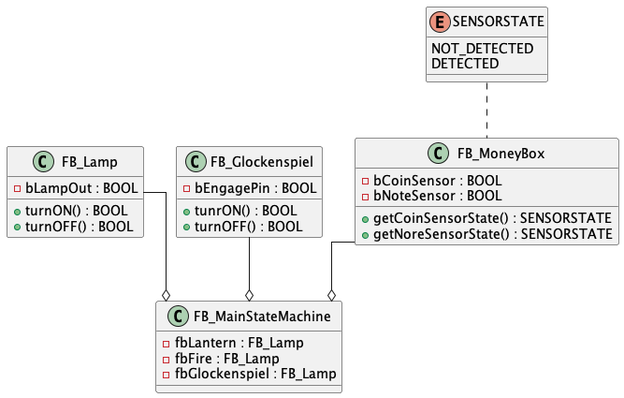
Above: out/diagrams/classDiag/classDiag.png in Benemenn/autocrib (PlantUML), before the change. Source of this version:
```plantuml
@startuml

skinparam linetype ortho

class FB_MainStateMachine{
    -fbLantern : FB_Lamp
    -fbFire : FB_Lamp
    -fbGlockenspiel : FB_Lamp


}

class FB_Lamp{
    -bLampOut : BOOL

    +turnON() : BOOL
    +turnOFF() : BOOL
}

class FB_Glockenspiel{
    -bEngagePin : BOOL

    +tunrON() : BOOL
    +turnOFF() : BOOL
}

class FB_MoneyBox{
    -bCoinSensor : BOOL
    -bNoteSensor : BOOL

    +getCoinSensorState() : SENSORSTATE
    +getNoreSensorState() : SENSORSTATE
}

enum SENSORSTATE{
    NOT_DETECTED
    DETECTED
}
SENSORSTATE .. FB_MoneyBox



FB_Lamp --o FB_MainStateMachine
FB_Glockenspiel --o FB_MainStateMachine
FB_MoneyBox --o FB_MainStateMachine

@enduml
```
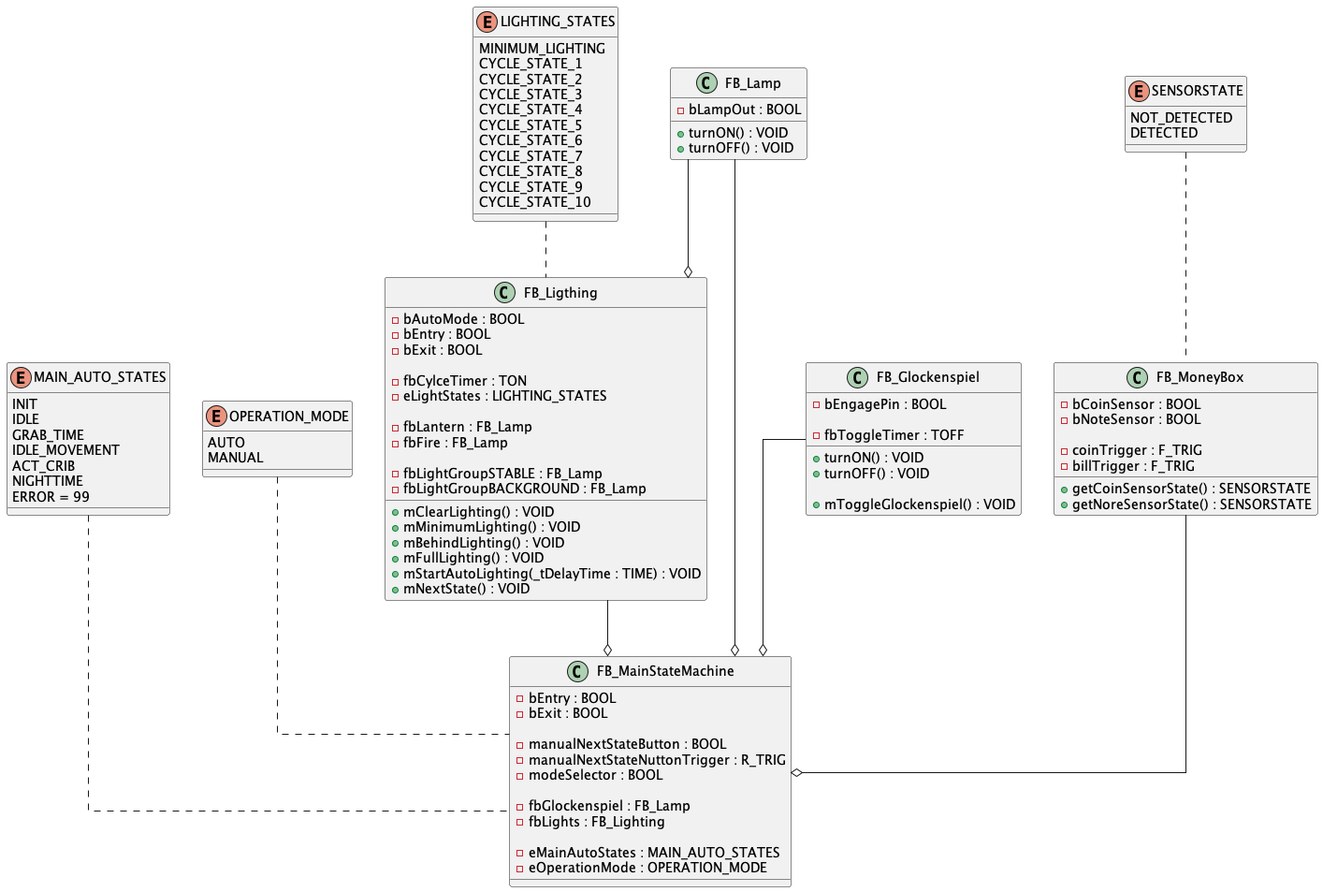
After the change.

The edit, as a diff of the source:
```diff
@@ -2,31 +2,101 @@
 
 skinparam linetype ortho
 
+enum MAIN_AUTO_STATES{
+    INIT
+    IDLE
+    GRAB_TIME
+    IDLE_MOVEMENT
+    ACT_CRIB
+    NIGHTTIME
+    ERROR = 99
+}
+MAIN_AUTO_STATES .. FB_MainStateMachine
+
+enum OPERATION_MODE{
+    AUTO
+    MANUAL
+}
+OPERATION_MODE .. FB_MainStateMachine
+
 class FB_MainStateMachine{
+    -bEntry : BOOL
+    -bExit : BOOL
+
+    -manualNextStateButton : BOOL
+    -manualNextStateNuttonTrigger : R_TRIG
+    -modeSelector : BOOL
+
+    -fbGlockenspiel : FB_Lamp
+    -fbLights : FB_Lighting
+
+    -eMainAutoStates : MAIN_AUTO_STATES
+    -eOperationMode : OPERATION_MODE
+}
+
+enum LIGHTING_STATES{
+    MINIMUM_LIGHTING
+    CYCLE_STATE_1
+    CYCLE_STATE_2
+    CYCLE_STATE_3
+    CYCLE_STATE_4
+    CYCLE_STATE_5
+    CYCLE_STATE_6
+    CYCLE_STATE_7
+    CYCLE_STATE_8
+    CYCLE_STATE_9
+    CYCLE_STATE_10
+
+}
+LIGHTING_STATES .. FB_Ligthing
+
+class FB_Ligthing{
+    -bAutoMode : BOOL
+    -bEntry : BOOL
+    -bExit : BOOL
+
+    -fbCylceTimer : TON
+    -eLightStates : LIGHTING_STATES
+
     -fbLantern : FB_Lamp
     -fbFire : FB_Lamp
-    -fbGlockenspiel : FB_Lamp
+
+    -fbLightGroupSTABLE : FB_Lamp
+    -fbLightGroupBACKGROUND : FB_Lamp
 
 
+    +mClearLighting() : VOID
+    +mMinimumLighting() : VOID
+    +mBehindLighting() : VOID
+    +mFullLighting() : VOID
+    +mStartAutoLighting(_tDelayTime : TIME) : VOID
+    +mNextState() : VOID
 }
 
 class FB_Lamp{
     -bLampOut : BOOL
 
-    +turnON() : BOOL
-    +turnOFF() : BOOL
+    +turnON() : VOID
+    +turnOFF() : VOID
 }
 
 class FB_Glockenspiel{
     -bEngagePin : BOOL
 
-    +tunrON() : BOOL
-    +turnOFF() : BOOL
+    -fbToggleTimer : TOFF
+
+    +turnON() : VOID
+    +turnOFF() : VOID
+
+    +mToggleGlockenspiel() : VOID
 }
 
 class FB_MoneyBox{
     -bCoinSensor : BOOL
     -bNoteSensor : BOOL
+
+    -coinTrigger : F_TRIG
+    -billTrigger : F_TRIG
 
     +getCoinSensorState() : SENSORSTATE
     +getNoreSensorState() : SENSORSTATE
@@ -40,7 +110,11 @@
 
 
 
+
+
 FB_Lamp --o FB_MainStateMachine
+FB_Lamp --o FB_Ligthing
+FB_Ligthing --o FB_MainStateMachine
 FB_Glockenspiel --o FB_MainStateMachine
 FB_MoneyBox --o FB_MainStateMachine
 
```
